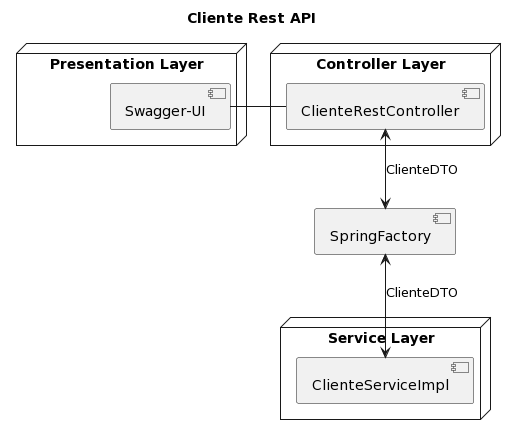
Jean-Lucca/PUCRS-ESOM-T3 keeps this PlantUML diagram as models/presentation-layer-fixed.png. Above is the earlier version.
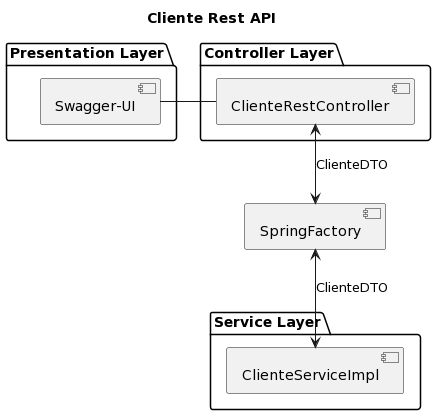
The same file after the commit.

The edit, as a diff of the source:
```diff
@@ -1,18 +1,18 @@
 @startuml
 title Cliente Rest API
 
-node "Presentation Layer"{
+package "Presentation Layer"{
   component Swagger-UI as SUI{
   }
 }
 
-node "Service Layer"{
+package "Service Layer"{
   component ClienteServiceImpl as SVC {
   }
 }
 
 
-node  "Controller Layer"{
+package  "Controller Layer"{
   SUI - [ClienteRestController]
 }
 
```
